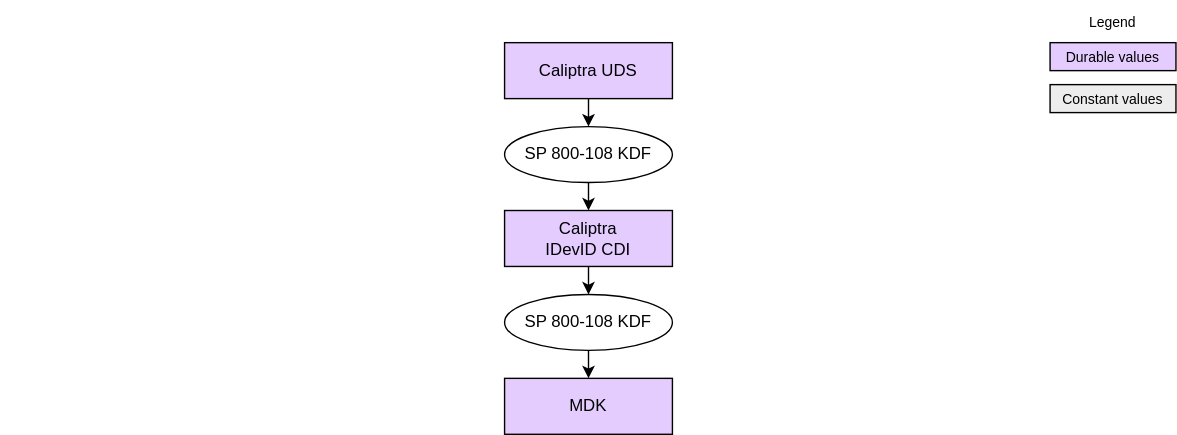
This is doc/ocp_lock/diagrams/mdk_derivation.drawio.svg from chipsalliance/Caliptra, a draw.io export, as it was before one commit. Source tidied: cells renumbered, new cells last; positions are measured from the earlier drawing's top-left corner, leaving out a move shared by most shapes.
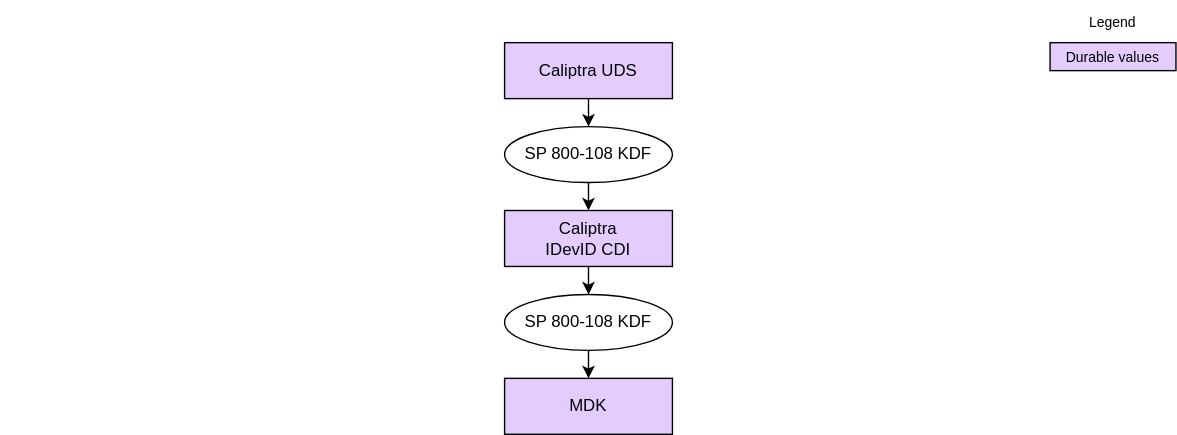
The same diagram one commit later.

The edit, as a diff of the source:
```diff
@@ -8,9 +8,6 @@
     <mxCell id="3" value="Legend" style="text;strokeColor=none;align=center;fillColor=none;html=1;verticalAlign=middle;whiteSpace=wrap;rounded=0;fontSize=10;" parent="1" vertex="1">
       <mxGeometry x="765" width="60" height="30" as="geometry" />
     </mxCell>
-    <mxCell id="4" value="&lt;div&gt;&lt;font color=&quot;#000000&quot;&gt;Constant values&lt;/font&gt;&lt;/div&gt;" style="rounded=0;whiteSpace=wrap;html=1;align=center;verticalAlign=middle;shadow=0;glass=0;spacingLeft=0;spacingBottom=0;spacingTop=0;fillColor=#EDEDED;fontSize=10;" parent="1" vertex="1">
-      <mxGeometry x="750" y="60" width="90" height="20" as="geometry" />
-    </mxCell>
     <mxCell id="5" style="html=1;exitX=0.5;exitY=1;exitDx=0;exitDy=0;entryX=0.5;entryY=0;entryDx=0;entryDy=0;rounded=0;" parent="1" edge="1" source="6" target="8">
       <mxGeometry relative="1" as="geometry" />
     </mxCell>
```
